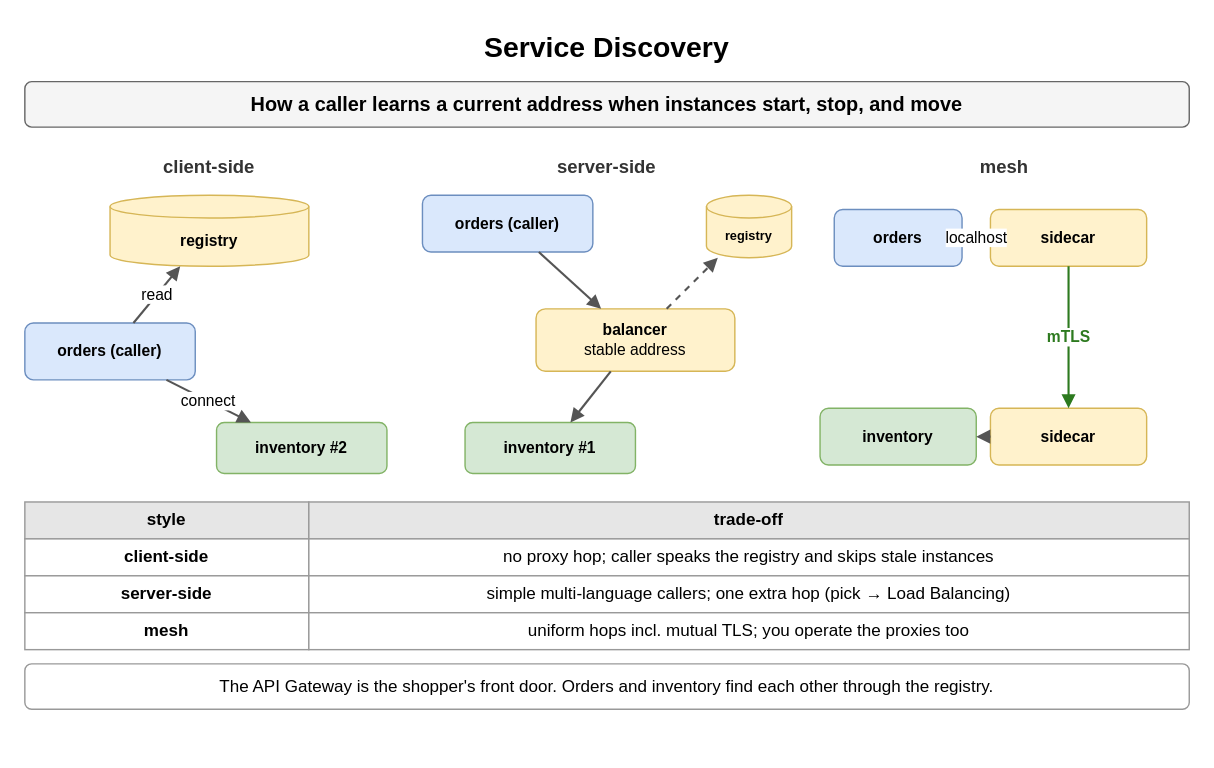
Above: page "Service Discovery" (7 of 9) of content/09_System_Design_Interview/12_Microservices_and_System_Decomposition/diagrams/microservices.drawio in amendez13/swe-study-guide (draw.io), before the change. Source tidied: cells renumbered, new cells numbered last; positions are measured from the earlier drawing's top-left corner, leaving out a move shared by most shapes. Both pictures are drawn from the tidied source at 142%, with x=0, y=0 at pixel (24, 24).
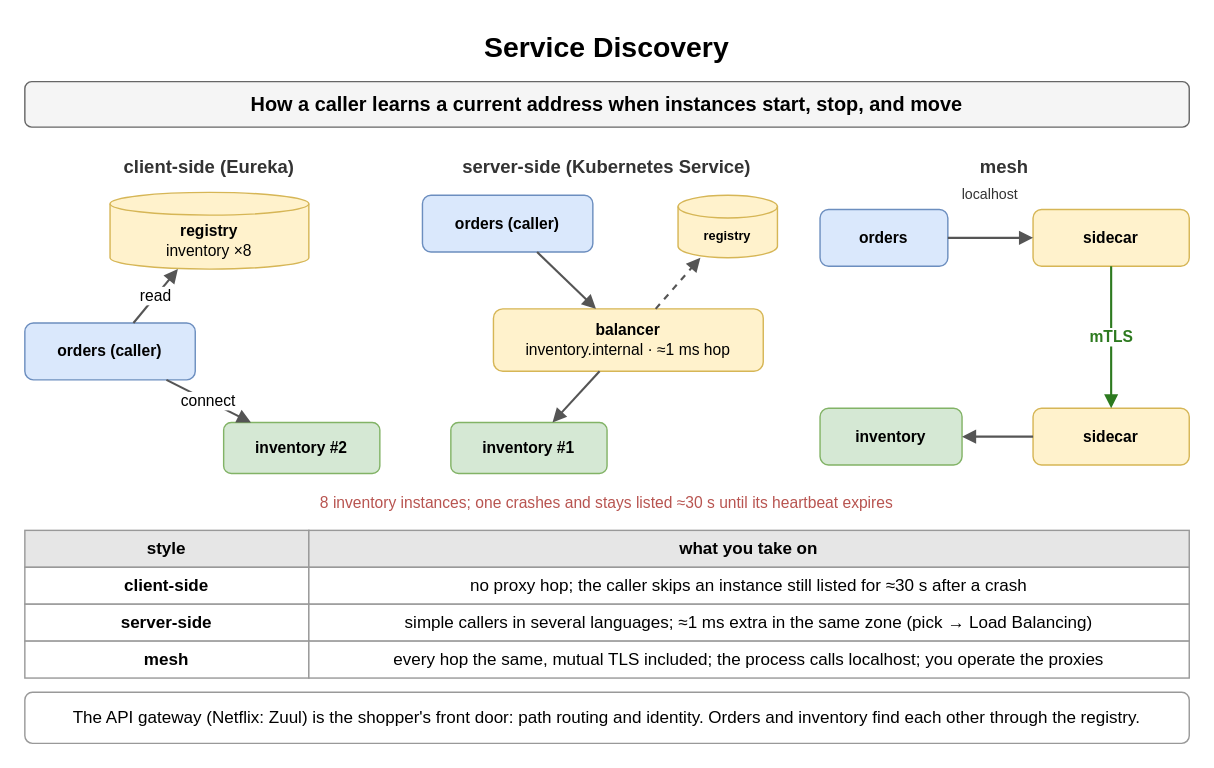
The same diagram, later.

Change to the diagram source:
```diff
@@
-    <mxCell id="4" value="client-side" style="text;html=1;whiteSpace=wrap;fontSize=11;align=center;verticalAlign=middle;fontSize=13;fontColor=#333333;fontStyle=1;" parent="1" vertex="1">
+    <mxCell id="4" value="client-side (Eureka)" style="text;html=1;whiteSpace=wrap;fontSize=11;align=center;verticalAlign=middle;fontSize=13;fontColor=#333333;fontStyle=1;" parent="1" vertex="1">
       <mxGeometry y="90" width="260" height="20" as="geometry" />
     </mxCell>
-    <mxCell id="5" value="server-side" style="text;html=1;whiteSpace=wrap;fontSize=11;align=center;verticalAlign=middle;fontSize=13;fontColor=#333333;fontStyle=1;" parent="1" vertex="1">
+    <mxCell id="5" value="server-side (Kubernetes Service)" style="text;html=1;whiteSpace=wrap;fontSize=11;align=center;verticalAlign=middle;fontSize=13;fontColor=#333333;fontStyle=1;" parent="1" vertex="1">
       <mxGeometry x="280" y="90" width="260" height="20" as="geometry" />
     </mxCell>
@@
-    <mxCell id="7" value="registry" style="shape=cylinder3;whiteSpace=wrap;html=1;boundedLbl=1;backgroundOutline=1;size=8;fillColor=#fff2cc;strokeColor=#d6b656;fontStyle=1;fontSize=11;" parent="1" vertex="1">
-      <mxGeometry x="60" y="120" width="140" height="50" as="geometry" />
+    <mxCell id="7" value="registry&lt;br&gt;&lt;span style='font-weight:normal'&gt;inventory ×8&lt;/span&gt;" style="shape=cylinder3;whiteSpace=wrap;html=1;boundedLbl=1;backgroundOutline=1;size=8;fillColor=#fff2cc;strokeColor=#d6b656;fontStyle=1;fontSize=11;" parent="1" vertex="1">
+      <mxGeometry x="60" y="118" width="140" height="54" as="geometry" />
     </mxCell>
@@
     <mxCell id="9" value="inventory #2" style="rounded=1;whiteSpace=wrap;html=1;fillColor=#d5e8d4;strokeColor=#82b366;fontSize=11;align=center;fontStyle=1;" parent="1" vertex="1">
-      <mxGeometry x="135" y="280" width="120" height="36" as="geometry" />
+      <mxGeometry x="140" y="280" width="110" height="36" as="geometry" />
     </mxCell>
@@
-    <mxCell id="13" value="balancer&lt;br&gt;&lt;span style='font-weight:normal'&gt;stable address&lt;/span&gt;" style="rounded=1;whiteSpace=wrap;html=1;fillColor=#fff2cc;strokeColor=#d6b656;fontSize=11;align=center;fontStyle=1;" parent="1" vertex="1">
-      <mxGeometry x="360" y="200" width="140" height="44" as="geometry" />
+    <mxCell id="13" value="balancer&lt;br&gt;&lt;span style='font-weight:normal'&gt;inventory.internal · ≈1 ms hop&lt;/span&gt;" style="rounded=1;whiteSpace=wrap;html=1;fillColor=#fff2cc;strokeColor=#d6b656;fontSize=11;align=center;fontStyle=1;" parent="1" vertex="1">
+      <mxGeometry x="330" y="200" width="190" height="44" as="geometry" />
     </mxCell>
     <mxCell id="14" value="registry" style="shape=cylinder3;whiteSpace=wrap;html=1;boundedLbl=1;backgroundOutline=1;size=8;fillColor=#fff2cc;strokeColor=#d6b656;fontStyle=1;fontSize=9;" parent="1" vertex="1">
-      <mxGeometry x="480" y="120" width="60" height="44" as="geometry" />
+      <mxGeometry x="460" y="120" width="70" height="44" as="geometry" />
     </mxCell>
     <mxCell id="15" value="inventory #1" style="rounded=1;whiteSpace=wrap;html=1;fillColor=#d5e8d4;strokeColor=#82b366;fontSize=11;align=center;fontStyle=1;" parent="1" vertex="1">
-      <mxGeometry x="310" y="280" width="120" height="36" as="geometry" />
+      <mxGeometry x="300" y="280" width="110" height="36" as="geometry" />
     </mxCell>
@@
     <mxCell id="19" value="orders" style="rounded=1;whiteSpace=wrap;html=1;fillColor=#dae8fc;strokeColor=#6c8ebf;fontSize=11;align=center;fontStyle=1;" parent="1" vertex="1">
-      <mxGeometry x="570" y="130" width="90" height="40" as="geometry" />
+      <mxGeometry x="560" y="130" width="90" height="40" as="geometry" />
     </mxCell>
     <mxCell id="20" value="sidecar" style="rounded=1;whiteSpace=wrap;html=1;fillColor=#fff2cc;strokeColor=#d6b656;fontSize=11;align=center;fontStyle=1;" parent="1" vertex="1">
-      <mxGeometry x="680" y="130" width="110" height="40" as="geometry" />
+      <mxGeometry x="710" y="130" width="110" height="40" as="geometry" />
     </mxCell>
     <mxCell id="21" value="sidecar" style="rounded=1;whiteSpace=wrap;html=1;fillColor=#fff2cc;strokeColor=#d6b656;fontSize=11;align=center;fontStyle=1;" parent="1" vertex="1">
-      <mxGeometry x="680" y="270" width="110" height="40" as="geometry" />
+      <mxGeometry x="710" y="270" width="110" height="40" as="geometry" />
     </mxCell>
     <mxCell id="22" value="inventory" style="rounded=1;whiteSpace=wrap;html=1;fillColor=#d5e8d4;strokeColor=#82b366;fontSize=11;align=center;fontStyle=1;" parent="1" vertex="1">
-      <mxGeometry x="560" y="270" width="110" height="40" as="geometry" />
+      <mxGeometry x="560" y="270" width="100" height="40" as="geometry" />
     </mxCell>
-    <mxCell id="23" value="localhost" style="endArrow=block;endSize=6;html=1;strokeWidth=1.5;strokeColor=#555555;fontSize=11;labelBackgroundColor=#ffffff;" parent="1" edge="1" source="19" target="20">
+    <mxCell id="23" style="endArrow=block;endSize=6;html=1;strokeWidth=1.5;strokeColor=#555555;fontSize=11;labelBackgroundColor=#ffffff;" parent="1" edge="1" source="19" target="20">
       <mxGeometry relative="1" as="geometry" />
     </mxCell>
-    <mxCell id="24" value="mTLS" style="endArrow=block;endSize=6;html=1;strokeWidth=1.5;strokeColor=#2d7a1f;fontSize=11;labelBackgroundColor=#ffffff;fontColor=#2d7a1f;fontStyle=1;" parent="1" edge="1" source="20" target="21">
-      <mxGeometry relative="1" as="geometry" />
+    <mxCell id="24" value="localhost" style="text;html=1;whiteSpace=wrap;fontSize=11;align=center;verticalAlign=middle;fontSize=10;fontColor=#333333;" parent="1" vertex="1">
+      <mxGeometry x="650" y="110" width="60" height="18" as="geometry" />
     </mxCell>
-    <mxCell id="25" style="endArrow=block;endSize=6;html=1;strokeWidth=1.5;strokeColor=#555555;fontSize=11;labelBackgroundColor=#ffffff;" parent="1" edge="1" source="21" target="22">
+    <mxCell id="25" value="mTLS" style="endArrow=block;endSize=6;html=1;strokeWidth=1.5;strokeColor=#2d7a1f;fontSize=11;labelBackgroundColor=#ffffff;fontColor=#2d7a1f;fontStyle=1;" parent="1" edge="1" source="20" target="21">
       <mxGeometry relative="1" as="geometry" />
     </mxCell>
-    <mxCell id="26" value="style" style="whiteSpace=wrap;html=1;fillColor=#e6e6e6;strokeColor=#999999;fontStyle=1;fontSize=12;" parent="1" vertex="1">
-      <mxGeometry y="336" width="200" height="26" as="geometry" />
+    <mxCell id="26" style="endArrow=block;endSize=6;html=1;strokeWidth=1.5;strokeColor=#555555;fontSize=11;labelBackgroundColor=#ffffff;" parent="1" edge="1" source="21" target="22">
+      <mxGeometry relative="1" as="geometry" />
     </mxCell>
-    <mxCell id="27" value="trade-off" style="whiteSpace=wrap;html=1;fillColor=#e6e6e6;strokeColor=#999999;fontStyle=1;fontSize=12;" parent="1" vertex="1">
-      <mxGeometry x="200" y="336" width="620" height="26" as="geometry" />
+    <mxCell id="27" value="8 inventory instances; one crashes and stays listed ≈30 s until its heartbeat expires" style="text;html=1;whiteSpace=wrap;fontSize=11;align=center;verticalAlign=middle;fontSize=11;fontColor=#b85450;" parent="1" vertex="1">
+      <mxGeometry y="328" width="820" height="18" as="geometry" />
     </mxCell>
-    <mxCell id="28" value="client-side" style="whiteSpace=wrap;html=1;strokeColor=#999999;fontSize=12;fillColor=#ffffff;fontStyle=1;" parent="1" vertex="1">
-      <mxGeometry y="362" width="200" height="26" as="geometry" />
+    <mxCell id="28" value="style" style="whiteSpace=wrap;html=1;fillColor=#e6e6e6;strokeColor=#999999;fontStyle=1;fontSize=12;" parent="1" vertex="1">
+      <mxGeometry y="356" width="200" height="26" as="geometry" />
     </mxCell>
-    <mxCell id="29" value="no proxy hop; caller speaks the registry and skips stale instances" style="whiteSpace=wrap;html=1;strokeColor=#999999;fontSize=12;fillColor=#ffffff;" parent="1" vertex="1">
-      <mxGeometry x="200" y="362" width="620" height="26" as="geometry" />
+    <mxCell id="29" value="what you take on" style="whiteSpace=wrap;html=1;fillColor=#e6e6e6;strokeColor=#999999;fontStyle=1;fontSize=12;" parent="1" vertex="1">
+      <mxGeometry x="200" y="356" width="620" height="26" as="geometry" />
     </mxCell>
-    <mxCell id="30" value="server-side" style="whiteSpace=wrap;html=1;strokeColor=#999999;fontSize=12;fillColor=#ffffff;fontStyle=1;" parent="1" vertex="1">
-      <mxGeometry y="388" width="200" height="26" as="geometry" />
+    <mxCell id="30" value="client-side" style="whiteSpace=wrap;html=1;strokeColor=#999999;fontSize=12;fillColor=#ffffff;fontStyle=1;" parent="1" vertex="1">
+      <mxGeometry y="382" width="200" height="26" as="geometry" />
     </mxCell>
-    <mxCell id="31" value="simple multi-language callers; one extra hop (pick → Load Balancing)" style="whiteSpace=wrap;html=1;strokeColor=#999999;fontSize=12;fillColor=#ffffff;" parent="1" vertex="1">
-      <mxGeometry x="200" y="388" width="620" height="26" as="geometry" />
+    <mxCell id="31" value="no proxy hop; the caller skips an instance still listed for ≈30 s after a crash" style="whiteSpace=wrap;html=1;strokeColor=#999999;fontSize=12;fillColor=#ffffff;" parent="1" vertex="1">
+      <mxGeometry x="200" y="382" width="620" height="26" as="geometry" />
     </mxCell>
-    <mxCell id="32" value="mesh" style="whiteSpace=wrap;html=1;strokeColor=#999999;fontSize=12;fillColor=#ffffff;fontStyle=1;" parent="1" vertex="1">
-      <mxGeometry y="414" width="200" height="26" as="geometry" />
+    <mxCell id="32" value="server-side" style="whiteSpace=wrap;html=1;strokeColor=#999999;fontSize=12;fillColor=#ffffff;fontStyle=1;" parent="1" vertex="1">
+      <mxGeometry y="408" width="200" height="26" as="geometry" />
     </mxCell>
-    <mxCell id="33" value="uniform hops incl. mutual TLS; you operate the proxies too" style="whiteSpace=wrap;html=1;strokeColor=#999999;fontSize=12;fillColor=#ffffff;" parent="1" vertex="1">
-      <mxGeometry x="200" y="414" width="620" height="26" as="geometry" />
+    <mxCell id="33" value="simple callers in several languages; ≈1 ms extra in the same zone (pick → Load Balancing)" style="whiteSpace=wrap;html=1;strokeColor=#999999;fontSize=12;fillColor=#ffffff;" parent="1" vertex="1">
+      <mxGeometry x="200" y="408" width="620" height="26" as="geometry" />
     </mxCell>
-    <mxCell id="34" value="The API Gateway is the shopper's front door. Orders and inventory find each other through the registry." style="rounded=1;whiteSpace=wrap;html=1;fillColor=#ffffff;strokeColor=#999999;fontSize=12;align=center;" parent="1" vertex="1">
-      <mxGeometry y="450" width="820" height="32" as="geometry" />
+    <mxCell id="34" value="mesh" style="whiteSpace=wrap;html=1;strokeColor=#999999;fontSize=12;fillColor=#ffffff;fontStyle=1;" parent="1" vertex="1">
+      <mxGeometry y="434" width="200" height="26" as="geometry" />
     </mxCell>
+    <mxCell id="35" value="every hop the same, mutual TLS included; the process calls localhost; you operate the proxies" style="whiteSpace=wrap;html=1;strokeColor=#999999;fontSize=12;fillColor=#ffffff;" parent="1" vertex="1">
+      <mxGeometry x="200" y="434" width="620" height="26" as="geometry" />
+    </mxCell>
+    <mxCell id="36" value="The API gateway (Netflix: Zuul) is the shopper's front door: path routing and identity. Orders and inventory find each other through the registry." style="rounded=1;whiteSpace=wrap;html=1;fillColor=#ffffff;strokeColor=#999999;fontSize=12;align=center;" parent="1" vertex="1">
+      <mxGeometry y="470" width="820" height="36" as="geometry" />
+    </mxCell>
```
